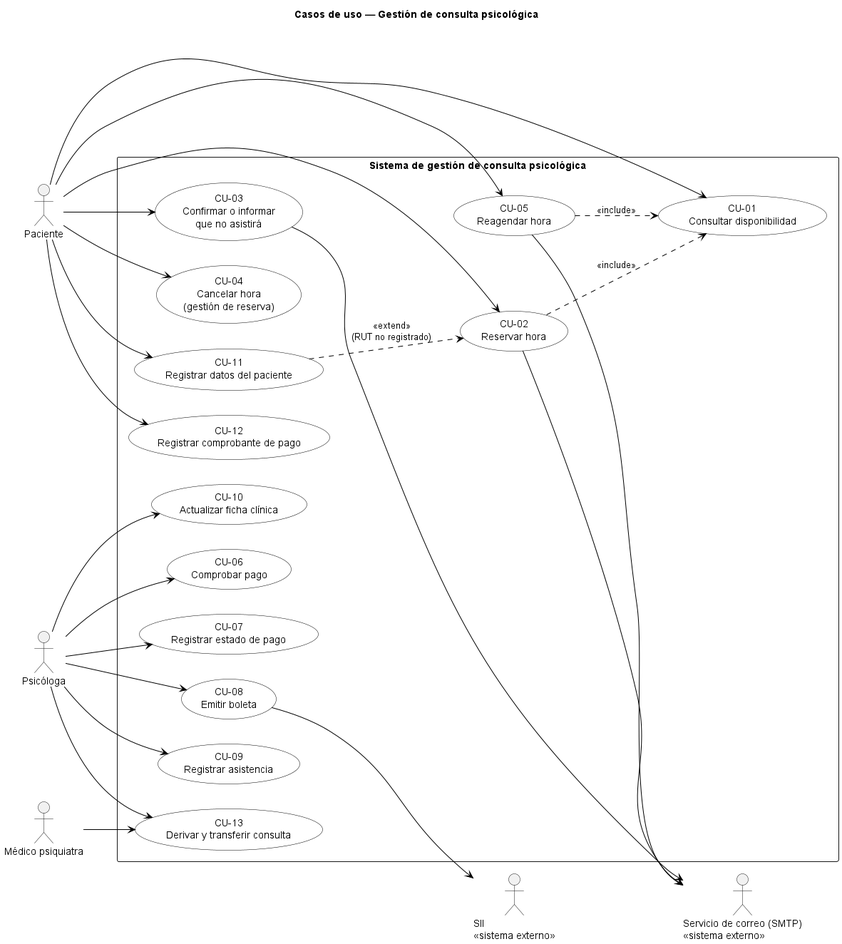
gestion-consulta-psicologica/ingenieria-requisitos keeps this PlantUML diagram as diagramas/casos-de-uso.png. Above is the earlier version. Its diagram source:
```plantuml
@startuml casos-de-uso
left to right direction
skinparam shadowing false
skinparam actorStyle stick
skinparam packageStyle rectangle
skinparam usecase {
  BackgroundColor White
  BorderColor Black
  ArrowColor Black
}

title Casos de uso — Gestión de consulta psicológica

actor "Paciente" as PAC
actor "Psicóloga" as PSI
actor "Médico psiquiatra" as MED
actor "Servicio de correo (SMTP)\n<<sistema externo>>" as MSJ
actor "SII\n<<sistema externo>>" as SII

rectangle "Sistema de gestión de consulta psicológica" {
  usecase "CU-01\nConsultar disponibilidad" as CU01
  usecase "CU-02\nReservar hora" as CU02
  usecase "CU-03\nConfirmar o informar\nque no asistirá" as CU03
  usecase "CU-04\nCancelar hora\n(gestión de reserva)" as CU04
  usecase "CU-05\nReagendar hora" as CU05
  usecase "CU-06\nComprobar pago" as CU06
  usecase "CU-07\nRegistrar estado de pago" as CU07
  usecase "CU-08\nEmitir boleta" as CU08
  usecase "CU-09\nRegistrar asistencia" as CU09
  usecase "CU-10\nActualizar ficha clínica" as CU10
  usecase "CU-11\nRegistrar datos del paciente" as CU11
  usecase "CU-12\nRegistrar comprobante de pago" as CU12
  usecase "CU-13\nDerivar y transferir consulta" as CU13
}

PAC --> CU01
PAC --> CU02
PAC --> CU03
PAC --> CU04
PAC --> CU05
PAC --> CU11
PAC --> CU12

PSI --> CU06
PSI --> CU07
PSI --> CU08
PSI --> CU09
PSI --> CU10
PSI --> CU13
MED --> CU13

CU02 ..> CU01 : <<include>>
CU05 ..> CU01 : <<include>>
CU11 ..> CU02 : <<extend>>\n(RUT no registrado)

CU02 --> MSJ
CU03 --> MSJ
CU05 --> MSJ
CU08 --> SII
@enduml
```
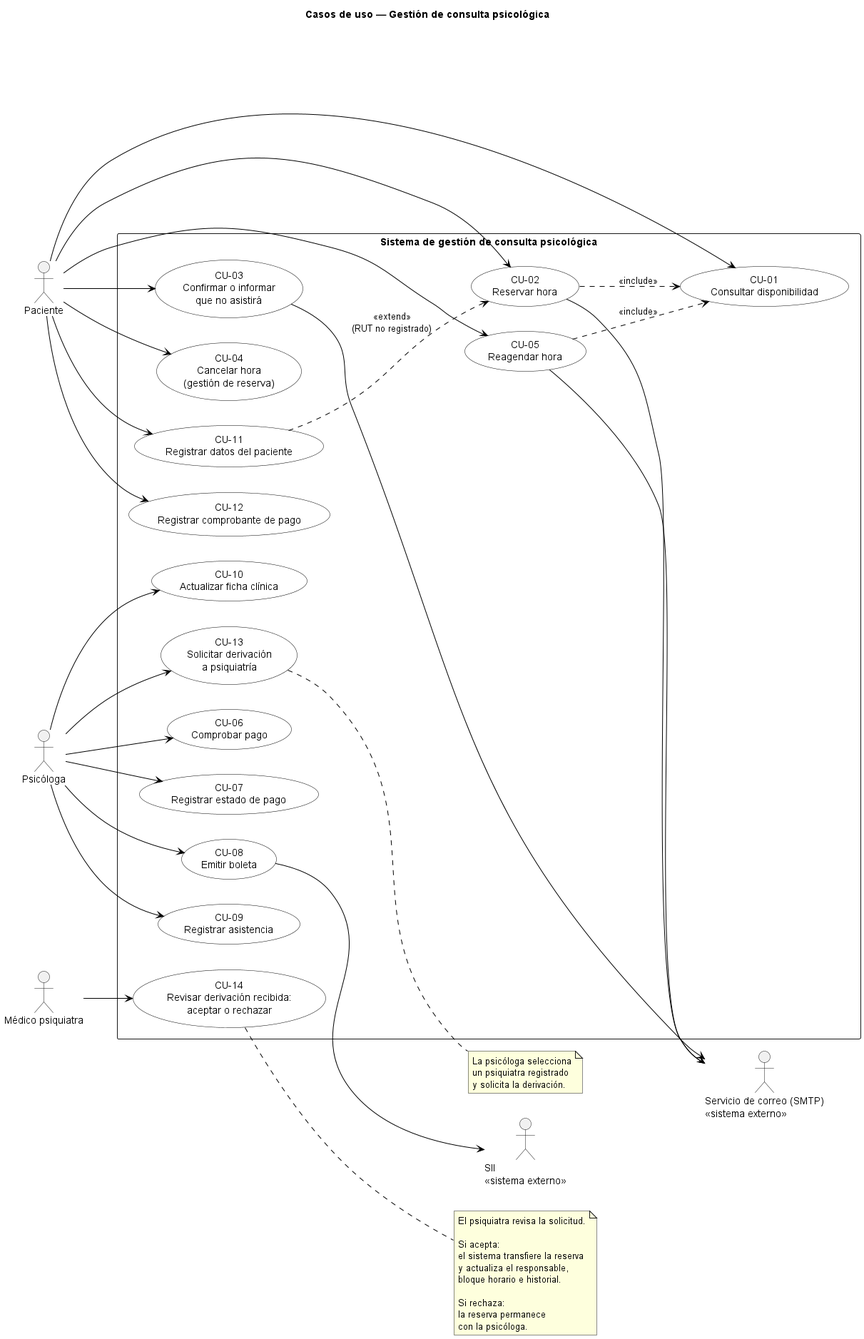
The same file after the commit.

Commit message:
docs: actualizar diagrama de casos de uso HU-10

What changed in the source:
```diff
@@ -18,6 +18,7 @@
 actor "SII\n<<sistema externo>>" as SII
 
 rectangle "Sistema de gestión de consulta psicológica" {
+
   usecase "CU-01\nConsultar disponibilidad" as CU01
   usecase "CU-02\nReservar hora" as CU02
   usecase "CU-03\nConfirmar o informar\nque no asistirá" as CU03
@@ -30,7 +31,9 @@
   usecase "CU-10\nActualizar ficha clínica" as CU10
   usecase "CU-11\nRegistrar datos del paciente" as CU11
   usecase "CU-12\nRegistrar comprobante de pago" as CU12
-  usecase "CU-13\nDerivar y transferir consulta" as CU13
+
+  usecase "CU-13\nSolicitar derivación\na psiquiatría" as CU13
+  usecase "CU-14\nRevisar derivación recibida:\naceptar o rechazar" as CU14
 }
 
 PAC --> CU01
@@ -47,7 +50,8 @@
 PSI --> CU09
 PSI --> CU10
 PSI --> CU13
-MED --> CU13
+
+MED --> CU14
 
 CU02 ..> CU01 : <<include>>
 CU05 ..> CU01 : <<include>>
@@ -57,4 +61,24 @@
 CU03 --> MSJ
 CU05 --> MSJ
 CU08 --> SII
+
+note right of CU13
+  La psicóloga selecciona
+  un psiquiatra registrado
+  y solicita la derivación.
+end note
+
+note right of CU14
+  El psiquiatra revisa la solicitud.
+
+  Si acepta:
+  el sistema transfiere la reserva
+  y actualiza el responsable,
+  bloque horario e historial.
+
+  Si rechaza:
+  la reserva permanece
+  con la psicóloga.
+end note
+
 @enduml
```
